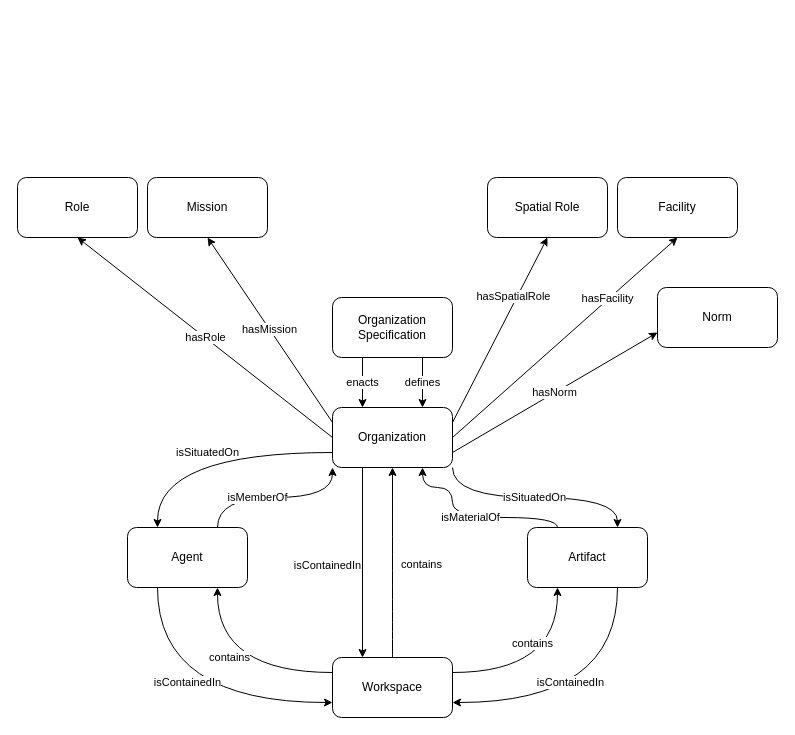
HyperAgents/hmas keeps this draw.io diagram as domains/logistics/create-organization/create-organization.drawio. Above is the earlier version. Source tidied: cells renumbered, new cells numbered last; positions are measured from the earlier drawing's top-left corner, leaving out a move shared by most shapes. Both pictures are drawn from the tidied source at 100%, with x=0, y=0 at pixel (17, 177).
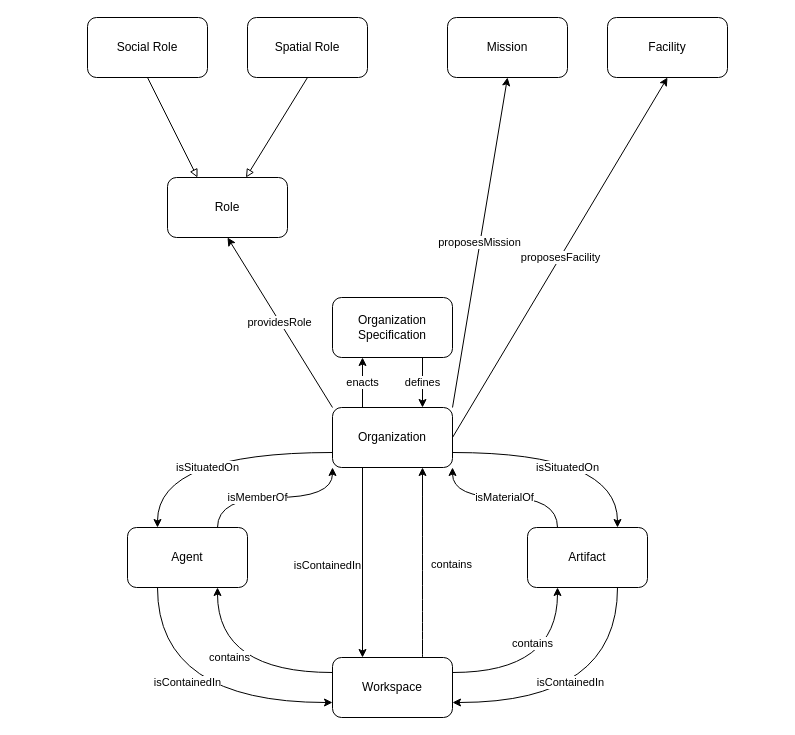
After the change.

Unchanged cells that the change refers to:
```xml
<mxCell id="2" value="Organization Specification" style="rounded=1;whiteSpace=wrap;html=1;" parent="1" vertex="1">
  <mxGeometry x="315" y="120" width="120" height="60" as="geometry" />
</mxCell>
<mxCell id="11" value="Organization" style="rounded=1;whiteSpace=wrap;html=1;" parent="1" vertex="1">
  <mxGeometry x="315" y="230" width="120" height="60" as="geometry" />
</mxCell>
<mxCell id="19" value="Agent" style="rounded=1;whiteSpace=wrap;html=1;" parent="1" vertex="1">
  <mxGeometry x="110" y="350" width="120" height="60" as="geometry" />
</mxCell>
<mxCell id="22" value="Artifact" style="rounded=1;whiteSpace=wrap;html=1;" parent="1" vertex="1">
  <mxGeometry x="510" y="350" width="120" height="60" as="geometry" />
</mxCell>
<mxCell id="25" value="Workspace" style="rounded=1;whiteSpace=wrap;html=1;" parent="1" vertex="1">
  <mxGeometry x="315" y="480" width="120" height="60" as="geometry" />
</mxCell>
```

Diff of the diagram source:
```diff
@@
-    <mxCell id="3" value="&lt;div&gt;hasRole&lt;/div&gt;" style="rounded=0;orthogonalLoop=1;jettySize=auto;html=1;exitX=0;exitY=0.5;exitDx=0;exitDy=0;entryX=0.5;entryY=1;entryDx=0;entryDy=0;" parent="1" edge="1">
-      <mxGeometry relative="1" as="geometry">
-        <mxPoint x="315" y="260" as="sourcePoint" />
-        <mxPoint x="60" y="60" as="targetPoint" />
-      </mxGeometry>
-    </mxCell>
+    <mxCell id="30" value="providesRole" style="rounded=0;jettySize=auto;html=1;exitX=0;exitY=0;exitDx=0;exitDy=0;entryX=0.5;entryY=1;entryDx=0;entryDy=0;" parent="1" edge="1" source="11" target="12">
+      <mxGeometry relative="1" as="geometry" />
+    </mxCell>
-    <mxCell id="4" value="hasMission" style="edgeStyle=none;rounded=0;jettySize=auto;html=1;exitX=0;exitY=0.25;exitDx=0;exitDy=0;entryX=0.5;entryY=1;entryDx=0;entryDy=0;" parent="1" edge="1" source="11" target="13">
+    <mxCell id="4" value="proposesMission" style="edgeStyle=none;rounded=0;jettySize=auto;html=1;exitX=1;exitY=0;exitDx=0;exitDy=0;entryX=0.5;entryY=1;entryDx=0;entryDy=0;" parent="1" edge="1" source="11" target="13">
       <mxGeometry relative="1" as="geometry" />
     </mxCell>
-    <mxCell id="5" value="hasSpatialRole" style="edgeStyle=none;rounded=0;jettySize=auto;html=1;exitX=1;exitY=0.25;exitDx=0;exitDy=0;entryX=0.5;entryY=1;entryDx=0;entryDy=0;" parent="1" edge="1" source="11" target="14">
-      <mxGeometry x="0.35" y="3" relative="1" as="geometry" />
-    </mxCell>
-    <mxCell id="6" value="hasFacility" style="edgeStyle=none;rounded=0;jettySize=auto;html=1;exitX=1;exitY=0.5;exitDx=0;exitDy=0;entryX=0.5;entryY=1;entryDx=0;entryDy=0;" parent="1" edge="1" source="11" target="15">
-      <mxGeometry x="0.38" y="1" relative="1" as="geometry" />
-    </mxCell>
@@
     <mxCell id="8" value="isSituatedOn" style="edgeStyle=orthogonalEdgeStyle;rounded=0;jettySize=auto;html=1;exitX=0;exitY=0.75;exitDx=0;exitDy=0;entryX=0.25;entryY=0;entryDx=0;entryDy=0;curved=1;" parent="1" edge="1" source="11" target="19">
-      <mxGeometry relative="1" as="geometry" />
+      <mxGeometry y="15" relative="1" as="geometry" />
     </mxCell>
@@
-    <mxCell id="10" value="isMaterialOf" style="edgeStyle=orthogonalEdgeStyle;curved=1;rounded=0;jettySize=auto;html=1;exitX=0.75;exitY=1;exitDx=0;exitDy=0;entryX=0.25;entryY=0;entryDx=0;entryDy=0;startArrow=classic;startFill=1;endArrow=none;endFill=0;" parent="1" edge="1" source="11" target="22">
-      <mxGeometry relative="1" as="geometry">
-        <Array as="points">
-          <mxPoint x="405" y="310" />
-          <mxPoint x="435" y="310" />
-          <mxPoint x="435" y="340" />
-          <mxPoint x="540" y="340" />
-        </Array>
-      </mxGeometry>
-    </mxCell>
+    <mxCell id="6" value="proposesFacility" style="edgeStyle=none;rounded=0;jettySize=auto;html=1;exitX=1;exitY=0.5;exitDx=0;exitDy=0;entryX=0.5;entryY=1;entryDx=0;entryDy=0;startArrow=none;startFill=0;endArrow=classic;endFill=1;" parent="1" edge="1" source="11" target="15">
+      <mxGeometry relative="1" as="geometry" />
+    </mxCell>
@@
     <mxCell id="12" value="Role" style="rounded=1;whiteSpace=wrap;html=1;" parent="1" vertex="1">
-      <mxGeometry width="120" height="60" as="geometry" />
+      <mxGeometry x="150" width="120" height="60" as="geometry" />
     </mxCell>
+    <mxCell id="31" style="edgeStyle=none;rounded=0;jettySize=auto;html=1;exitX=0.5;exitY=1;exitDx=0;exitDy=0;endArrow=block;endFill=0;" parent="1" edge="1" source="14" target="12">
+      <mxGeometry relative="1" as="geometry" />
+    </mxCell>
+    <mxCell id="14" value="Spatial Role" style="rounded=1;whiteSpace=wrap;html=1;" parent="1" vertex="1">
+      <mxGeometry x="230" y="-160" width="120" height="60" as="geometry" />
+    </mxCell>
     <mxCell id="13" value="Mission" style="rounded=1;whiteSpace=wrap;html=1;" parent="1" vertex="1">
-      <mxGeometry x="130" width="120" height="60" as="geometry" />
+      <mxGeometry x="430" y="-160" width="120" height="60" as="geometry" />
     </mxCell>
-    <mxCell id="14" value="Spatial Role" style="rounded=1;whiteSpace=wrap;html=1;" parent="1" vertex="1">
-      <mxGeometry x="470" width="120" height="60" as="geometry" />
-    </mxCell>
-    <mxCell id="15" value="Facility" style="rounded=1;whiteSpace=wrap;html=1;" parent="1" vertex="1">
-      <mxGeometry x="600" width="120" height="60" as="geometry" />
-    </mxCell>
-    <mxCell id="16" value="enacts" style="endArrow=classic;html=1;rounded=0;entryX=0.25;entryY=0;entryDx=0;entryDy=0;exitX=0.25;exitY=1;exitDx=0;exitDy=0;" parent="1" edge="1" source="2" target="11">
+    <mxCell id="16" value="enacts" style="endArrow=none;html=1;rounded=0;entryX=0.25;entryY=0;entryDx=0;entryDy=0;exitX=0.25;exitY=1;exitDx=0;exitDy=0;startArrow=classic;startFill=1;endFill=0;" parent="1" edge="1" source="2" target="11">
       <mxGeometry relative="1" as="geometry" />
     </mxCell>
@@
-    <mxCell id="21" value="isSituatedOn" style="edgeStyle=orthogonalEdgeStyle;curved=1;rounded=0;jettySize=auto;html=1;exitX=0.75;exitY=0;exitDx=0;exitDy=0;entryX=1;entryY=1;entryDx=0;entryDy=0;startArrow=classic;startFill=1;endArrow=none;endFill=0;" parent="1" edge="1" source="22" target="11">
-      <mxGeometry relative="1" as="geometry" />
+    <mxCell id="21" value="isSituatedOn" style="edgeStyle=orthogonalEdgeStyle;curved=1;rounded=0;jettySize=auto;html=1;exitX=0.75;exitY=0;exitDx=0;exitDy=0;entryX=1;entryY=0.75;entryDx=0;entryDy=0;startArrow=classic;startFill=1;endArrow=none;endFill=0;" parent="1" edge="1" source="22" target="11">
+      <mxGeometry x="0.04" y="15" relative="1" as="geometry" />
     </mxCell>
+    <mxCell id="10" value="isMaterialOf" style="edgeStyle=orthogonalEdgeStyle;rounded=0;jettySize=auto;html=1;exitX=0.25;exitY=0;exitDx=0;exitDy=0;entryX=1;entryY=1;entryDx=0;entryDy=0;curved=1;" parent="1" edge="1" source="22" target="11">
+      <mxGeometry relative="1" as="geometry" />
+    </mxCell>
@@
-    <mxCell id="26" style="endArrow=classic;html=1;rounded=0;curved=1;entryX=0.5;entryY=1;entryDx=0;entryDy=0;exitX=0.5;exitY=0;exitDx=0;exitDy=0;" parent="1" edge="1" source="25" target="11">
+    <mxCell id="26" style="endArrow=classic;html=1;rounded=0;curved=1;entryX=0.75;entryY=1;entryDx=0;entryDy=0;exitX=0.75;exitY=0;exitDx=0;exitDy=0;" parent="1" edge="1" source="25" target="11">
       <mxGeometry relative="1" as="geometry" />
     </mxCell>
@@
-    <mxCell id="28" value="hasNorm" style="rounded=0;jettySize=auto;html=1;exitX=0;exitY=0.75;exitDx=0;exitDy=0;entryX=1;entryY=0.75;entryDx=0;entryDy=0;startArrow=classic;startFill=1;endArrow=none;endFill=0;" parent="1" edge="1" source="29" target="11">
-      <mxGeometry relative="1" as="geometry" />
-    </mxCell>
-    <mxCell id="29" value="Norm" style="rounded=1;whiteSpace=wrap;html=1;" parent="1" vertex="1">
-      <mxGeometry x="640" y="110" width="120" height="60" as="geometry" />
-    </mxCell>
+    <mxCell id="32" style="edgeStyle=none;rounded=0;jettySize=auto;html=1;exitX=0.5;exitY=1;exitDx=0;exitDy=0;entryX=0.25;entryY=0;entryDx=0;entryDy=0;endArrow=block;endFill=0;" parent="1" edge="1" source="33" target="12">
+      <mxGeometry relative="1" as="geometry" />
+    </mxCell>
+    <mxCell id="33" value="Social Role" style="rounded=1;whiteSpace=wrap;html=1;" parent="1" vertex="1">
+      <mxGeometry x="70" y="-160" width="120" height="60" as="geometry" />
+    </mxCell>
+    <mxCell id="15" value="Facility" style="rounded=1;whiteSpace=wrap;html=1;" parent="1" vertex="1">
+      <mxGeometry x="590" y="-160" width="120" height="60" as="geometry" />
+    </mxCell>
```
